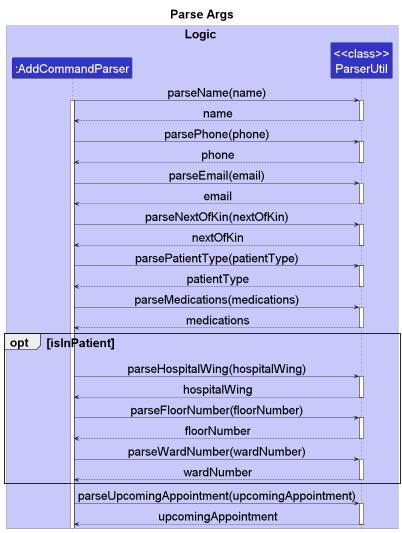
Earlier version of the PlantUML export docs/images/dg-images/AddCommandParseArgsSequenceDiagram.png (nus-cs2103-AY2223S1/tp).
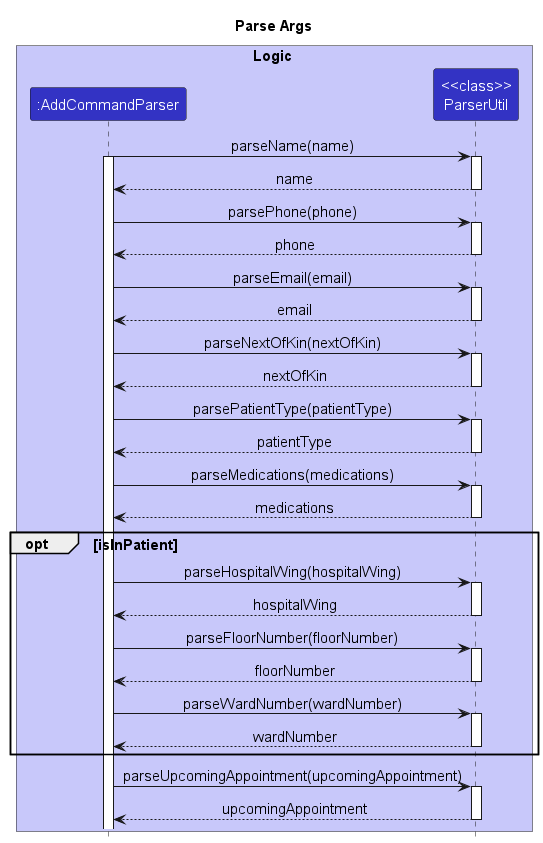
The same file after the commit.

Diff of the diagram source:
```diff
@@ -1,8 +1,8 @@
 @startuml
 !include style.puml
 
-skinparam defaultFontSize 30
-skinparam titleFontSize 30
+skinparam defaultFontSize 15
+skinparam titleFontSize 15
 
 title Parse Args
 
@@ -10,8 +10,6 @@
 participant ":AddCommandParser" as AddCommandParser LOGIC_COLOR
 participant "<<class>>\nParserUtil" as ParserUtil LOGIC_COLOR
 end box
-box
-
 
 AddCommandParser->ParserUtil:parseName(name)
 activate AddCommandParser
```
